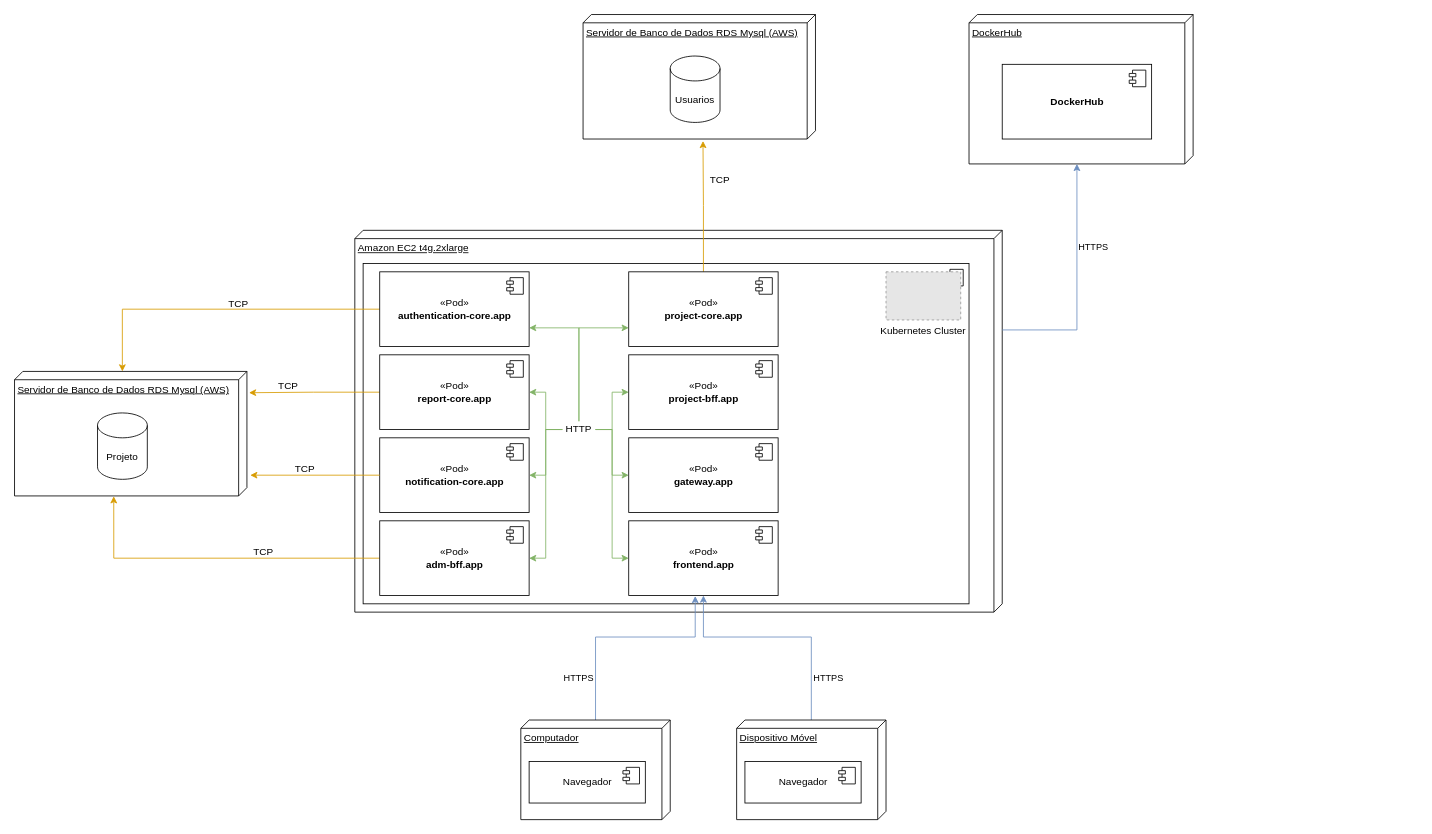
akademicmensch/puc-engenharia-de-software keeps this draw.io diagram as Diagramas/diagrama-de-implantacao.drawio. Above is the earlier version. Source tidied: cells renumbered, new cells numbered last; positions are measured from the earlier drawing's top-left corner, leaving out a move shared by most shapes. Both pictures are drawn from the tidied source at 83%, with x=0, y=0 at pixel (14, 14). Pictures stored in the file or linked from it are replaced by grey dashed boxes.
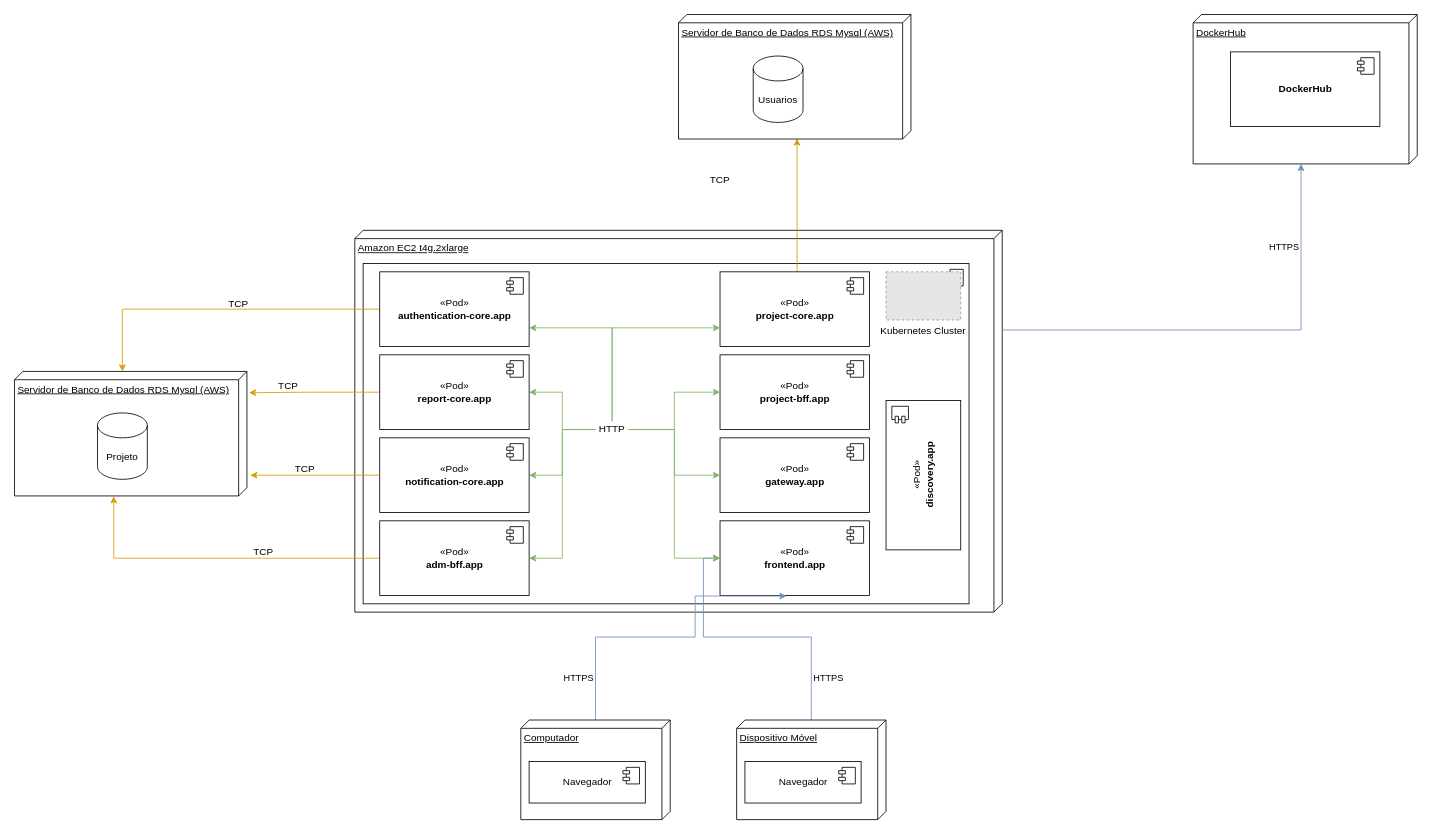
Above is the later version.

Commit message:
updating deploy diagram

Unchanged cells that the change refers to:
```xml
<mxCell id="3" value="Amazon EC2 t4g.2xlarge" style="verticalAlign=top;align=left;spacingTop=8;spacingLeft=2;spacingRight=12;shape=cube;size=10;direction=south;fontStyle=4;html=1;" parent="1" vertex="1">
  <mxGeometry x="410" y="260" width="780" height="460" as="geometry" />
</mxCell>
<mxCell id="18" value="«Pod»&lt;br&gt;&lt;b&gt;authentication-core.app&lt;/b&gt;" style="html=1;" parent="1" vertex="1">
  <mxGeometry x="440" y="310" width="180" height="90" as="geometry" />
</mxCell>
```

Change to the diagram source:
```diff
@@
     <mxCell id="15" value="«Pod»&lt;br&gt;&lt;b&gt;project-bff.app&lt;/b&gt;" style="html=1;" parent="1" vertex="1">
-      <mxGeometry x="740" y="410" width="180" height="90" as="geometry" />
+      <mxGeometry x="850" y="410" width="180" height="90" as="geometry" />
     </mxCell>
@@
-    <mxCell id="20" style="edgeStyle=orthogonalEdgeStyle;rounded=0;jettySize=auto;html=1;entryX=1.016;entryY=0.484;entryDx=0;entryDy=0;entryPerimeter=0;fillColor=#ffe6cc;strokeColor=#d79b00;" parent="1" edge="1" source="21" target="27">
-      <mxGeometry relative="1" as="geometry" />
+    <mxCell id="20" style="edgeStyle=orthogonalEdgeStyle;rounded=0;jettySize=auto;html=1;fillColor=#ffe6cc;strokeColor=#d79b00;entryX=0.996;entryY=0.49;entryDx=0;entryDy=0;entryPerimeter=0;" parent="1" edge="1" source="21" target="27">
+      <mxGeometry relative="1" as="geometry">
+        <Array as="points">
+          <mxPoint x="943" y="153" />
+        </Array>
+      </mxGeometry>
     </mxCell>
     <mxCell id="21" value="«Pod»&lt;br&gt;&lt;b&gt;project-core.app&lt;/b&gt;" style="html=1;" parent="1" vertex="1">
-      <mxGeometry x="740" y="310" width="180" height="90" as="geometry" />
+      <mxGeometry x="850" y="310" width="180" height="90" as="geometry" />
     </mxCell>
@@
     <mxCell id="23" value="«Pod»&lt;br&gt;&lt;b&gt;gateway.app&lt;/b&gt;" style="html=1;" parent="1" vertex="1">
-      <mxGeometry x="740" y="510" width="180" height="90" as="geometry" />
+      <mxGeometry x="850" y="510" width="180" height="90" as="geometry" />
     </mxCell>
@@
     <mxCell id="25" value="«Pod»&lt;br&gt;&lt;b&gt;frontend.app&lt;/b&gt;" style="html=1;" parent="1" vertex="1">
-      <mxGeometry x="740" y="610" width="180" height="90" as="geometry" />
+      <mxGeometry x="850" y="610" width="180" height="90" as="geometry" />
     </mxCell>
@@
     <mxCell id="27" value="Servidor de Banco de Dados RDS Mysql (AWS)" style="verticalAlign=top;align=left;spacingTop=8;spacingLeft=2;spacingRight=12;shape=cube;size=10;direction=south;fontStyle=4;html=1;" parent="1" vertex="1">
-      <mxGeometry x="685" width="280" height="150" as="geometry" />
+      <mxGeometry x="800" width="280" height="150" as="geometry" />
     </mxCell>
@@
     <mxCell id="29" value="Usuarios" style="shape=cylinder3;whiteSpace=wrap;html=1;boundedLbl=1;backgroundOutline=1;size=15;" parent="1" vertex="1">
-      <mxGeometry x="790" y="50" width="60" height="80" as="geometry" />
+      <mxGeometry x="890" y="50" width="60" height="80" as="geometry" />
     </mxCell>
@@
     <mxCell id="45" style="edgeStyle=orthogonalEdgeStyle;rounded=0;jettySize=auto;html=1;entryX=0;entryY=0.75;entryDx=0;entryDy=0;fillColor=#d5e8d4;strokeColor=#82b366;" parent="1" edge="1" source="53" target="21">
       <mxGeometry relative="1" as="geometry">
         <Array as="points">
-          <mxPoint x="680" y="378" />
+          <mxPoint x="720" y="500" />
+          <mxPoint x="720" y="378" />
         </Array>
       </mxGeometry>
     </mxCell>
@@
     <mxCell id="49" style="edgeStyle=orthogonalEdgeStyle;rounded=0;jettySize=auto;html=1;entryX=1;entryY=0.75;entryDx=0;entryDy=0;fillColor=#d5e8d4;strokeColor=#82b366;" parent="1" edge="1" source="53" target="18">
       <mxGeometry relative="1" as="geometry">
         <Array as="points">
-          <mxPoint x="680" y="378" />
+          <mxPoint x="720" y="500" />
+          <mxPoint x="720" y="378" />
         </Array>
       </mxGeometry>
     </mxCell>
@@
     <mxCell id="53" value="HTTP" style="text;html=1;strokeColor=none;fillColor=none;align=center;verticalAlign=middle;whiteSpace=wrap;rounded=0;" parent="1" vertex="1">
-      <mxGeometry x="660" y="490" width="40" height="20" as="geometry" />
+      <mxGeometry x="700" y="490" width="40" height="20" as="geometry" />
     </mxCell>
@@
     <mxCell id="55" value="DockerHub" style="verticalAlign=top;align=left;spacingTop=8;spacingLeft=2;spacingRight=12;shape=cube;size=10;direction=south;fontStyle=4;html=1;" parent="1" vertex="1">
-      <mxGeometry x="1150" width="270" height="180" as="geometry" />
+      <mxGeometry x="1420" width="270" height="180" as="geometry" />
     </mxCell>
     <mxCell id="56" value="&lt;b&gt;DockerHub&lt;/b&gt;" style="html=1;" parent="1" vertex="1">
-      <mxGeometry x="1190" y="60" width="180" height="90" as="geometry" />
+      <mxGeometry x="1465" y="45" width="180" height="90" as="geometry" />
     </mxCell>
@@
     <mxCell id="58" style="edgeStyle=orthogonalEdgeStyle;rounded=0;jettySize=auto;html=1;fillColor=#dae8fc;strokeColor=#6c8ebf;entryX=0;entryY=0;entryDx=180;entryDy=140;entryPerimeter=0;" parent="1" edge="1" source="3" target="55">
       <mxGeometry relative="1" as="geometry">
         <Array as="points">
-          <mxPoint x="1280" y="380" />
+          <mxPoint x="1550" y="380" />
         </Array>
       </mxGeometry>
     </mxCell>
     <mxCell id="59" value="&lt;font style=&quot;font-size: 11px&quot;&gt;HTTPS&lt;/font&gt;" style="text;html=1;strokeColor=none;fillColor=none;align=center;verticalAlign=middle;whiteSpace=wrap;rounded=0;" parent="1" vertex="1">
-      <mxGeometry x="1280" y="270" width="40" height="20" as="geometry" />
+      <mxGeometry x="1510" y="270" width="40" height="20" as="geometry" />
     </mxCell>
+    <mxCell id="60" value="«Pod»&lt;br&gt;&lt;b&gt;discovery.app&lt;/b&gt;" style="html=1;rotation=-90;" parent="1" vertex="1">
+      <mxGeometry x="1005" y="510" width="180" height="90" as="geometry" />
+    </mxCell>
+    <mxCell id="61" style="shape=module;jettyWidth=8;jettyHeight=4;rotation=-90;" parent="60" vertex="1">
+      <mxGeometry x="1" width="20" height="20" relative="1" as="geometry">
+        <mxPoint x="-27" y="7" as="offset" />
+      </mxGeometry>
+    </mxCell>
```
